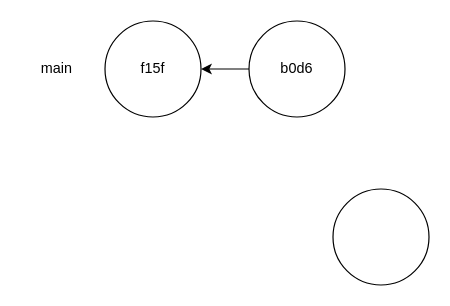
Before: .github/gitversion.drawio in bcgov/zeva2, a draw.io diagram. Source tidied: cells renumbered, new cells numbered last; positions are measured from the earlier drawing's top-left corner, leaving out a move shared by most shapes. Both pictures are drawn from the tidied source at 120%, with x=0, y=0 at pixel (20, 20).
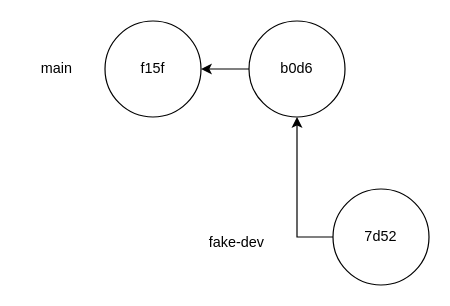
Above is the later version.

Diff of the diagram source:
```diff
@@
 <mxGraphModel>
   <root>
     <mxCell id="0" />
     <mxCell id="1" parent="0" />
     <mxCell id="2" style="edgeStyle=orthogonalEdgeStyle;rounded=0;jettySize=auto;html=1;exitX=0;exitY=0.5;exitDx=0;exitDy=0;entryX=1;entryY=0.5;entryDx=0;entryDy=0;" parent="1" edge="1" source="3" target="4">
       <mxGeometry relative="1" as="geometry" />
     </mxCell>
     <mxCell id="3" value="b0d6" style="ellipse;whiteSpace=wrap;html=1;" parent="1" vertex="1">
       <mxGeometry x="190" width="80" height="80" as="geometry" />
     </mxCell>
     <mxCell id="4" value="f15f" style="ellipse;whiteSpace=wrap;html=1;" parent="1" vertex="1">
       <mxGeometry x="70" width="80" height="80" as="geometry" />
     </mxCell>
     <mxCell id="5" value="main" style="text;html=1;align=center;verticalAlign=middle;whiteSpace=wrap;rounded=0;" parent="1" vertex="1">
       <mxGeometry y="25" width="60" height="30" as="geometry" />
     </mxCell>
+    <mxCell id="7" style="edgeStyle=orthogonalEdgeStyle;rounded=0;jettySize=auto;html=1;exitX=0;exitY=0.5;exitDx=0;exitDy=0;entryX=0.5;entryY=1;entryDx=0;entryDy=0;" parent="1" edge="1" source="6" target="3">
+      <mxGeometry relative="1" as="geometry" />
+    </mxCell>
-    <mxCell id="6" style="ellipse;whiteSpace=wrap;html=1;" parent="1" vertex="1">
+    <mxCell id="6" value="7d52" style="ellipse;whiteSpace=wrap;html=1;" parent="1" vertex="1">
       <mxGeometry x="260" y="140" width="80" height="80" as="geometry" />
     </mxCell>
+    <mxCell id="8" value="fake-dev" style="text;html=1;align=center;verticalAlign=middle;whiteSpace=wrap;rounded=0;" parent="1" vertex="1">
+      <mxGeometry x="150" y="170" width="60" height="30" as="geometry" />
+    </mxCell>
   </root>
 </mxGraphModel>
```
